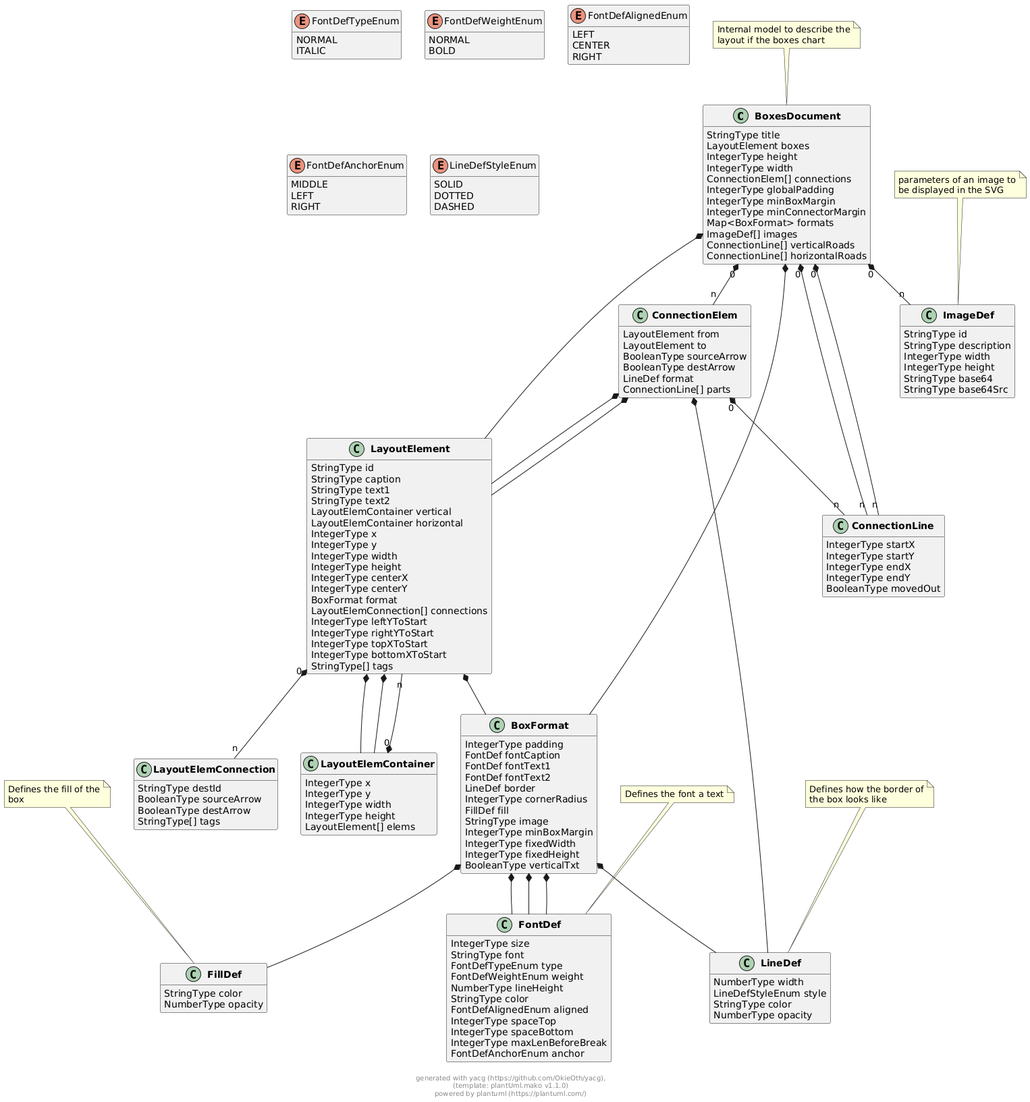
OkieOth/draw.chart.things keeps this PlantUML diagram as docs/models/png/boxes_document.png. Above is the earlier version. Source of this version:
```plantuml
@startuml
hide empty methods
hide empty fields


class "**BoxesDocument**" as BoxesDocument {
        StringType title
        LayoutElement boxes
        IntegerType height
        IntegerType width
        ConnectionElem[] connections
        IntegerType globalPadding
        IntegerType minBoxMargin
        IntegerType minConnectorMargin
        Map<BoxFormat> formats
        ImageDef[] images
        ConnectionLine[] verticalRoads
        ConnectionLine[] horizontalRoads
}
note top: Internal model to describe the\nlayout if the boxes chart



class "**LayoutElement**" as LayoutElement {
        StringType id
        StringType caption
        StringType text1
        StringType text2
        LayoutElemContainer vertical
        LayoutElemContainer horizontal
        IntegerType x
        IntegerType y
        IntegerType width
        IntegerType height
        IntegerType centerX
        IntegerType centerY
        BoxFormat format
        LayoutElemConnection[] connections
        IntegerType leftYToStart
        IntegerType rightYToStart
        IntegerType topXToStart
        IntegerType bottomXToStart
        StringType[] tags
}



class "**ConnectionElem**" as ConnectionElem {
        LayoutElement from
        LayoutElement to
        BooleanType sourceArrow
        BooleanType destArrow
        LineDef format
        ConnectionLine[] parts
}




class "**BoxFormat**" as BoxFormat {
        IntegerType padding
        FontDef fontCaption
        FontDef fontText1
        FontDef fontText2
        LineDef border
        IntegerType cornerRadius
        FillDef fill
        StringType image
        IntegerType minBoxMargin
        IntegerType fixedWidth
        IntegerType fixedHeight
        BooleanType verticalTxt
}



class "**ConnectionLine**" as ConnectionLine {
        IntegerType startX
        IntegerType startY
        IntegerType endX
        IntegerType endY
        BooleanType movedOut
}



class "**LayoutElemContainer**" as LayoutElemContainer {
        IntegerType x
        IntegerType y
        IntegerType width
        IntegerType height
        LayoutElement[] elems
}



class "**LayoutElemConnection**" as LayoutElemConnection {
        StringType destId
        BooleanType sourceArrow
        BooleanType destArrow
        StringType[] tags
}



class "**FontDef**" as FontDef {
        IntegerType size
        StringType font
        FontDefTypeEnum type
        FontDefWeightEnum weight
        NumberType lineHeight
        StringType color
        FontDefAlignedEnum aligned
        IntegerType spaceTop
        IntegerType spaceBottom
        IntegerType maxLenBeforeBreak
        FontDefAnchorEnum anchor
}
note top: Defines the font a text



enum "FontDefTypeEnum" as FontDefTypeEnum {
    NORMAL
    ITALIC
}

enum "FontDefWeightEnum" as FontDefWeightEnum {
    NORMAL
    BOLD
}

enum "FontDefAlignedEnum" as FontDefAlignedEnum {
    LEFT
    CENTER
    RIGHT
}

enum "FontDefAnchorEnum" as FontDefAnchorEnum {
    MIDDLE
    LEFT
    RIGHT
}

class "**LineDef**" as LineDef {
        NumberType width
        LineDefStyleEnum style
        StringType color
        NumberType opacity
}
note top: Defines how the border of\nthe box looks like



enum "LineDefStyleEnum" as LineDefStyleEnum {
    SOLID
    DOTTED
    DASHED
}

class "**FillDef**" as FillDef {
        StringType color
        NumberType opacity
}
note top: Defines the fill of the\nbox



class "**ImageDef**" as ImageDef {
        StringType id
        StringType description
        IntegerType width
        IntegerType height
        StringType base64
        StringType base64Src
}
note top: parameters of an image to\nbe displayed in the SVG






BoxesDocument  *--  LayoutElement



BoxesDocument "0" *-- "n" ConnectionElem




BoxesDocument  *--  BoxFormat

BoxesDocument "0" *-- "n" ImageDef

BoxesDocument "0" *-- "n" ConnectionLine

BoxesDocument "0" *-- "n" ConnectionLine






LayoutElement  *--  LayoutElemContainer

LayoutElement  *--  LayoutElemContainer







LayoutElement  *--  BoxFormat

LayoutElement "0" *-- "n" LayoutElemConnection







ConnectionElem  *--  LayoutElement

ConnectionElem  *--  LayoutElement



ConnectionElem  *--  LineDef

ConnectionElem "0" *-- "n" ConnectionLine




BoxFormat  *--  FontDef

BoxFormat  *--  FontDef

BoxFormat  *--  FontDef

BoxFormat  *--  LineDef


BoxFormat  *--  FillDef

















LayoutElemContainer "0" *-- "n" LayoutElement







































footer \ngenerated with yacg (https://github.com/OkieOth/yacg),\n(template: plantUml.mako v1.1.0)\npowered by plantuml (https://plantuml.com/)
@enduml
```
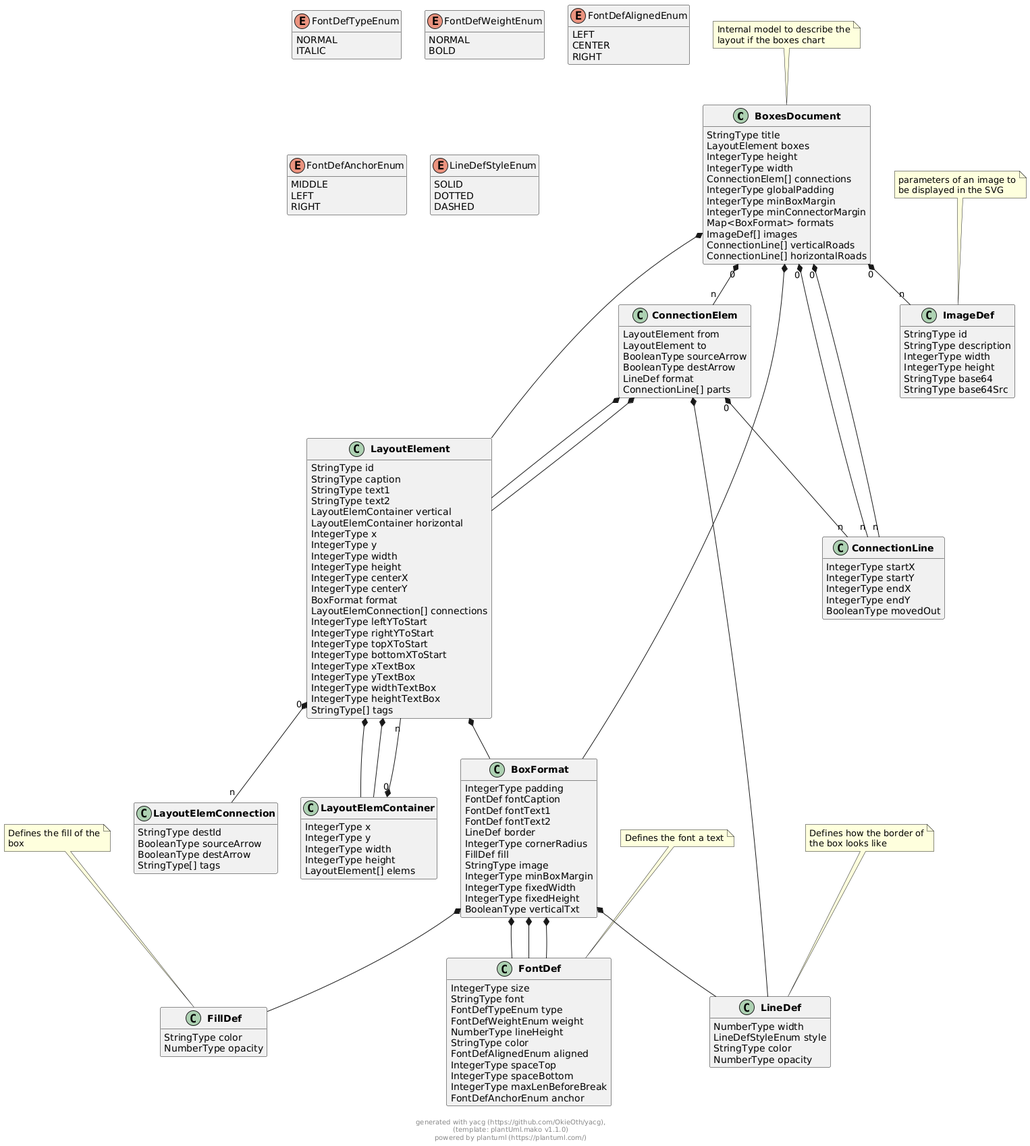
After the change.

The edit, as a diff of the source:
```diff
@@ -40,6 +40,10 @@
         IntegerType rightYToStart
         IntegerType topXToStart
         IntegerType bottomXToStart
+        IntegerType xTextBox
+        IntegerType yTextBox
+        IntegerType widthTextBox
+        IntegerType heightTextBox
         StringType[] tags
 }
 
@@ -223,6 +227,10 @@
 
 
 
+
+
+
+
 ConnectionElem  *--  LayoutElement
 
 ConnectionElem  *--  LayoutElement
```
